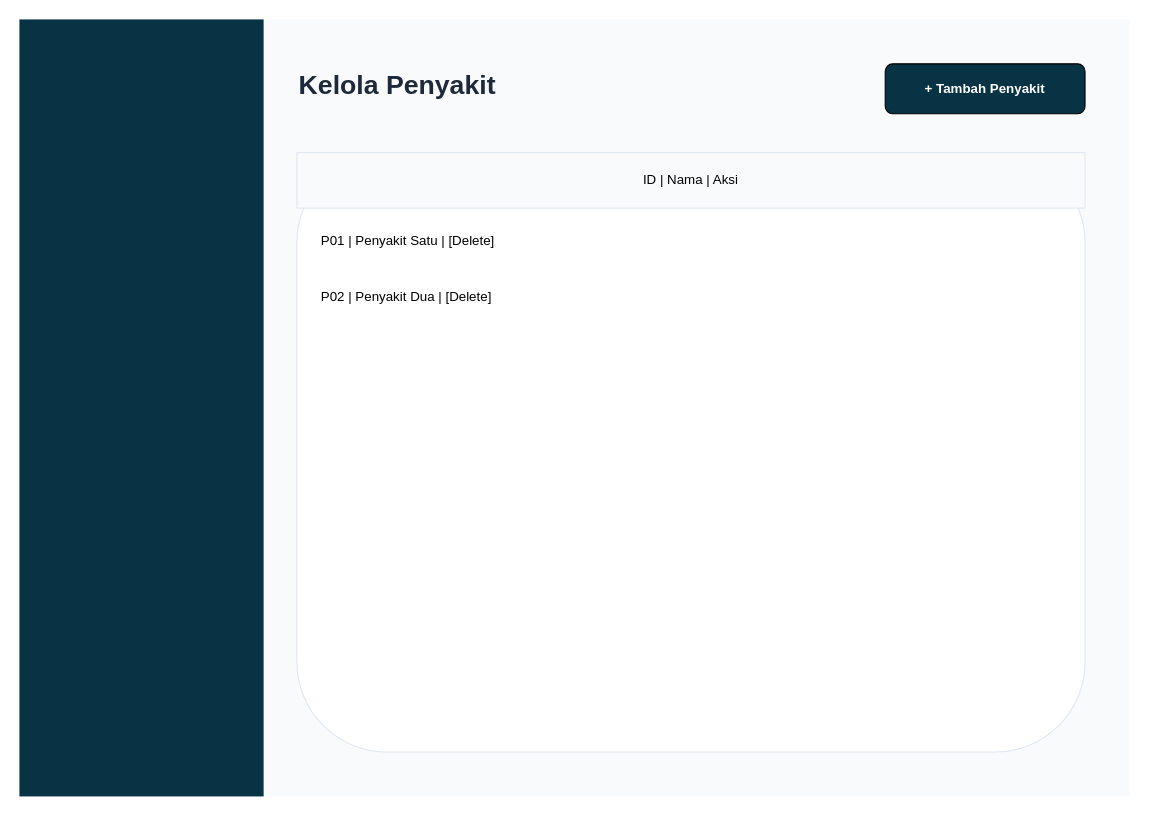
The draw.io diagram diagram/desain/admin_penyakit.drawio in Jinsky/Jinsky, before the edit. Source tidied: cells renumbered, new cells numbered last; positions are measured from the earlier drawing's top-left corner, leaving out a move shared by most shapes. Both pictures are drawn from the tidied source at 111%, with x=0, y=0 at pixel (19, 19).
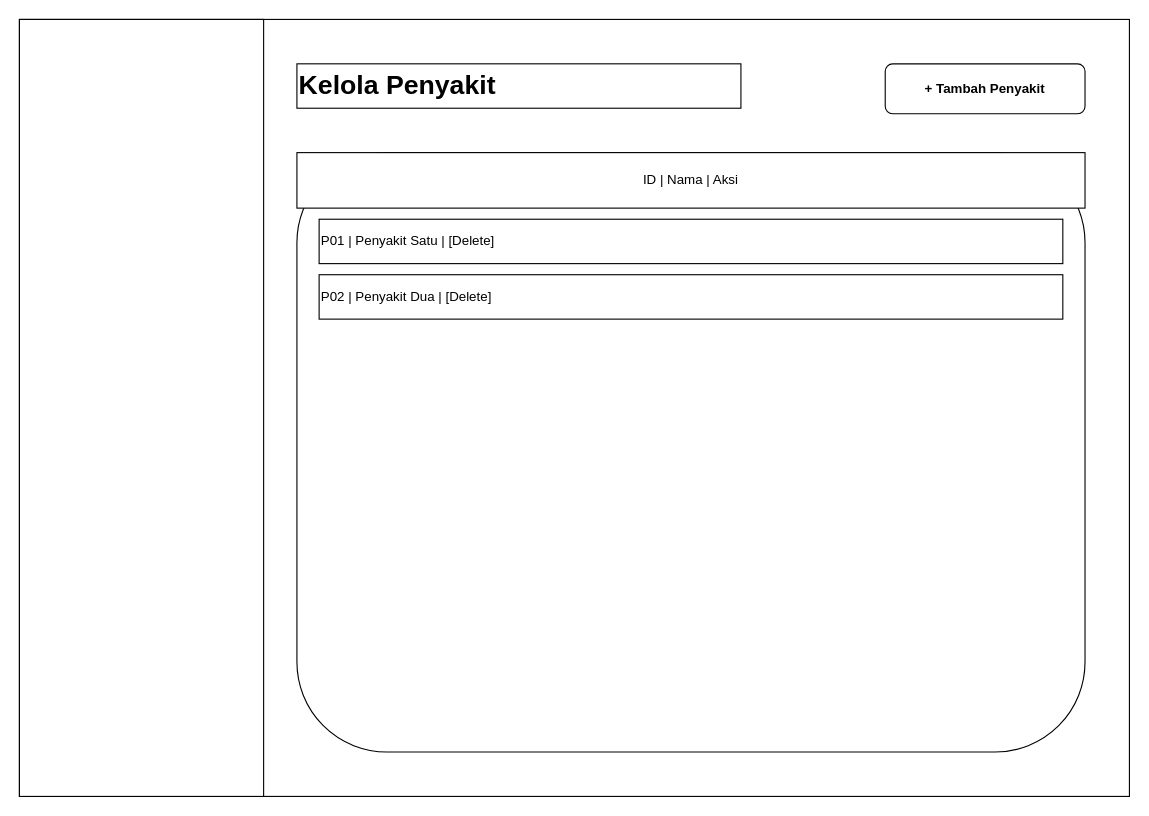
After the change.

Change to the diagram source:
```diff
@@
 <mxGraphModel>
   <root>
     <mxCell id="0" />
     <mxCell id="1" parent="0" />
-    <mxCell id="2" style="rounded=0;whiteSpace=wrap;html=1;fillColor=#f8fafc;strokeColor=none;" parent="1" vertex="1">
+    <mxCell id="2" style="rounded=0;whiteSpace=wrap;html=1;fillColor=#ffffff;strokeColor=#000000;fontColor=#000000;" parent="1" vertex="1">
       <mxGeometry width="1000" height="700" as="geometry" />
     </mxCell>
-    <mxCell id="3" style="rounded=0;whiteSpace=wrap;html=1;fillColor=#083344;strokeColor=none;" parent="1" vertex="1">
+    <mxCell id="3" style="rounded=0;whiteSpace=wrap;html=1;fillColor=#ffffff;strokeColor=#000000;fontColor=#000000;" parent="1" vertex="1">
       <mxGeometry width="220" height="700" as="geometry" />
     </mxCell>
-    <mxCell id="4" value="&lt;b&gt;Kelola Penyakit&lt;/b&gt;" style="text;html=1;strokeColor=none;fillColor=none;align=left;verticalAlign=middle;whiteSpace=wrap;rounded=0;fontSize=24;fontColor=#1e293b;" parent="1" vertex="1">
+    <mxCell id="4" value="&lt;b&gt;Kelola Penyakit&lt;/b&gt;" style="text;html=1;strokeColor=#000000;fillColor=none;align=left;verticalAlign=middle;whiteSpace=wrap;rounded=0;fontSize=24;fontColor=#000000;" parent="1" vertex="1">
       <mxGeometry x="250" y="40" width="400" height="40" as="geometry" />
     </mxCell>
-    <mxCell id="5" value="+ Tambah Penyakit" style="rounded=0;whiteSpace=wrap;html=1;fillColor=#083344;fontColor=#ffffff;rounded=1;fontStyle=1;" parent="1" vertex="1">
+    <mxCell id="5" value="+ Tambah Penyakit" style="rounded=1;whiteSpace=wrap;html=1;fillColor=#ffffff;fontColor=#000000;fontStyle=1;strokeColor=#000000;" parent="1" vertex="1">
       <mxGeometry x="780" y="40" width="180" height="45" as="geometry" />
     </mxCell>
-    <mxCell id="6" style="rounded=0;whiteSpace=wrap;html=1;fillColor=#ffffff;rounded=1;strokeColor=#e2e8f0;" parent="1" vertex="1">
+    <mxCell id="6" style="rounded=1;whiteSpace=wrap;html=1;fillColor=#ffffff;strokeColor=#000000;fontColor=#000000;" parent="1" vertex="1">
       <mxGeometry x="250" y="120" width="710" height="540" as="geometry" />
     </mxCell>
-    <mxCell id="7" value="ID | Nama | Aksi" style="rounded=0;whiteSpace=wrap;html=1;fillColor=#f8fafc;strokeColor=#e2e8f0;" parent="1" vertex="1">
+    <mxCell id="7" value="ID | Nama | Aksi" style="rounded=0;whiteSpace=wrap;html=1;fillColor=#ffffff;strokeColor=#000000;fontColor=#000000;" parent="1" vertex="1">
       <mxGeometry x="250" y="120" width="710" height="50" as="geometry" />
     </mxCell>
-    <mxCell id="8" value="P01 | Penyakit Satu | [Delete]" style="text;html=1;strokeColor=none;fillColor=none;align=left;verticalAlign=middle;whiteSpace=wrap;rounded=0;" parent="1" vertex="1">
+    <mxCell id="8" value="P01 | Penyakit Satu | [Delete]" style="text;html=1;strokeColor=#000000;fillColor=none;align=left;verticalAlign=middle;whiteSpace=wrap;rounded=0;fontColor=#000000;" parent="1" vertex="1">
       <mxGeometry x="270" y="180" width="670" height="40" as="geometry" />
     </mxCell>
-    <mxCell id="9" value="P02 | Penyakit Dua | [Delete]" style="text;html=1;strokeColor=none;fillColor=none;align=left;verticalAlign=middle;whiteSpace=wrap;rounded=0;" parent="1" vertex="1">
+    <mxCell id="9" value="P02 | Penyakit Dua | [Delete]" style="text;html=1;strokeColor=#000000;fillColor=none;align=left;verticalAlign=middle;whiteSpace=wrap;rounded=0;fontColor=#000000;" parent="1" vertex="1">
       <mxGeometry x="270" y="230" width="670" height="40" as="geometry" />
     </mxCell>
   </root>
 </mxGraphModel>
```
